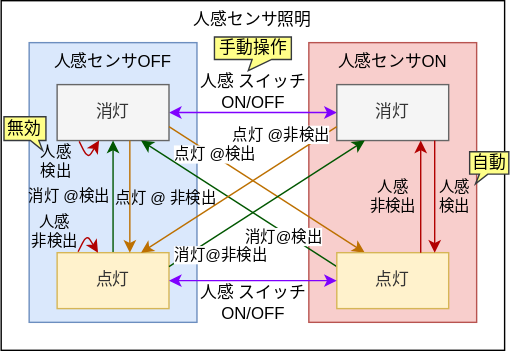
This is diagram.drawio.svg from kerikun11/esp32-matter-light, a draw.io export, as it was before one commit. Source tidied: cells renumbered, new cells last; positions are measured from the earlier drawing's top-left corner, leaving out a move shared by most shapes.
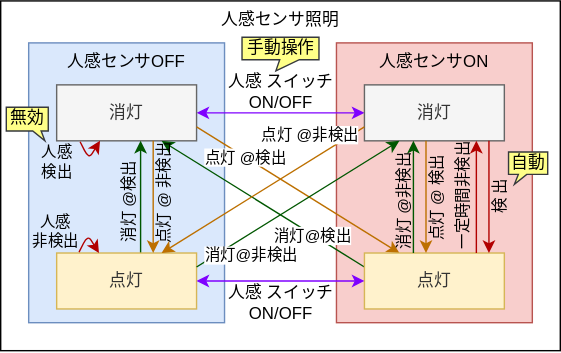
The same file after the commit.

What changed in the source:
```diff
@@ -3,13 +3,13 @@
     <mxCell id="0" />
     <mxCell id="1" parent="0" />
     <mxCell id="2" value="人感センサ照明" style="rounded=0;whiteSpace=wrap;html=1;verticalAlign=top;" parent="1" vertex="1">
-      <mxGeometry width="360" height="250" as="geometry" />
+      <mxGeometry x="-20" width="400" height="250" as="geometry" />
     </mxCell>
     <mxCell id="3" value="人感センサOFF" style="rounded=0;whiteSpace=wrap;html=1;verticalAlign=top;fillColor=#dae8fc;strokeColor=#6c8ebf;spacing=2;" parent="1" vertex="1">
-      <mxGeometry x="20" y="30" width="120" height="200" as="geometry" />
+      <mxGeometry y="30" width="140" height="200" as="geometry" />
     </mxCell>
     <mxCell id="4" value="人感センサON" style="rounded=0;whiteSpace=wrap;html=1;verticalAlign=top;fillColor=#f8cecc;strokeColor=#b85450;spacing=2;" parent="1" vertex="1">
-      <mxGeometry x="220" y="30" width="120" height="200" as="geometry" />
+      <mxGeometry x="220" y="30" width="140" height="200" as="geometry" />
     </mxCell>
     <mxCell id="5" style="edgeStyle=none;html=1;exitX=1;exitY=0.5;exitDx=0;exitDy=0;entryX=0;entryY=0.5;entryDx=0;entryDy=0;fillColor=#0050ef;strokeColor=#7F00FF;startArrow=classic;startFill=1;" parent="1" edge="1" source="7" target="13">
       <mxGeometry relative="1" as="geometry" />
@@ -20,7 +20,7 @@
       </mxGeometry>
     </mxCell>
     <mxCell id="7" value="&lt;span style=&quot;color: rgb(51, 51, 51);&quot;&gt;消灯&lt;/span&gt;" style="rounded=0;whiteSpace=wrap;html=1;fillColor=#f5f5f5;fontColor=#333333;strokeColor=#666666;" parent="1" vertex="1">
-      <mxGeometry x="40" y="60" width="80" height="40" as="geometry" />
+      <mxGeometry x="20" y="60" width="100" height="40" as="geometry" />
     </mxCell>
     <mxCell id="8" style="edgeStyle=none;html=1;entryX=0.75;entryY=1;entryDx=0;entryDy=0;fillColor=#008a00;strokeColor=#005700;exitX=0.75;exitY=0;exitDx=0;exitDy=0;" parent="1" edge="1">
       <mxGeometry relative="1" as="geometry">
@@ -28,64 +28,64 @@
         <mxPoint x="80" y="100" as="targetPoint" />
       </mxGeometry>
     </mxCell>
-    <mxCell id="9" value="消灯&lt;span style=&quot;background-color: transparent;&quot;&gt;@検出&lt;/span&gt;" style="edgeLabel;html=1;align=right;verticalAlign=middle;horizontal=1;textShadow=0;labelBackgroundColor=none;" parent="8" vertex="1">
+    <mxCell id="9" value="消灯&lt;span style=&quot;background-color: transparent;&quot;&gt;@検出&lt;/span&gt;" style="edgeLabel;html=1;align=right;verticalAlign=middle;horizontal=0;textShadow=0;labelBackgroundColor=none;" parent="8" vertex="1">
       <mxGeometry x="-0.04" y="-1" relative="1" as="geometry">
-        <mxPoint x="-3" y="-2" as="offset" />
+        <mxPoint x="-9" y="-28" as="offset" />
       </mxGeometry>
     </mxCell>
     <mxCell id="10" value="&lt;span style=&quot;color: rgb(51, 51, 51);&quot;&gt;点灯&lt;/span&gt;" style="rounded=0;whiteSpace=wrap;html=1;fillColor=#fff2cc;strokeColor=#d6b656;" parent="1" vertex="1">
-      <mxGeometry x="40" y="180.2" width="80" height="40" as="geometry" />
+      <mxGeometry x="20" y="180.2" width="100" height="40" as="geometry" />
     </mxCell>
     <mxCell id="11" style="edgeStyle=none;html=1;exitX=1;exitY=0.75;exitDx=0;exitDy=0;entryX=0.25;entryY=0;entryDx=0;entryDy=0;fillColor=#f0a30a;strokeColor=#BD7000;" parent="1" edge="1" source="7" target="16">
       <mxGeometry relative="1" as="geometry" />
     </mxCell>
     <mxCell id="12" value="点灯&lt;span style=&quot;background-color: light-dark(#ffffff, var(--ge-dark-color, #121212));&quot;&gt;@検出&lt;/span&gt;" style="edgeLabel;html=1;align=center;verticalAlign=middle;labelBackgroundColor=default;" parent="11" vertex="1">
       <mxGeometry x="-0.12" y="-5" relative="1" as="geometry">
-        <mxPoint x="-26" y="-24" as="offset" />
+        <mxPoint x="-26" y="-22" as="offset" />
       </mxGeometry>
     </mxCell>
     <mxCell id="13" value="消灯" style="rounded=0;whiteSpace=wrap;html=1;fillColor=#f5f5f5;fontColor=#333333;strokeColor=#666666;" parent="1" vertex="1">
-      <mxGeometry x="240" y="60" width="80" height="40" as="geometry" />
+      <mxGeometry x="240" y="60" width="100" height="40" as="geometry" />
     </mxCell>
     <mxCell id="14" style="edgeStyle=none;html=1;entryX=0.75;entryY=1;entryDx=0;entryDy=0;exitX=0;exitY=0.25;exitDx=0;exitDy=0;fillColor=#008a00;strokeColor=#005700;" parent="1" edge="1" source="16" target="7">
       <mxGeometry relative="1" as="geometry" />
     </mxCell>
     <mxCell id="15" value="消灯@検出" style="edgeLabel;html=1;align=center;verticalAlign=middle;horizontal=1;textShadow=0;labelBackgroundColor=default;" parent="14" vertex="1">
       <mxGeometry x="-0.04" y="-1" relative="1" as="geometry">
-        <mxPoint x="28" y="23" as="offset" />
+        <mxPoint x="32" y="22" as="offset" />
       </mxGeometry>
     </mxCell>
     <mxCell id="16" value="&lt;span style=&quot;color: rgb(51, 51, 51);&quot;&gt;点灯&lt;/span&gt;" style="rounded=0;whiteSpace=wrap;html=1;fillColor=#fff2cc;strokeColor=#d6b656;" parent="1" vertex="1">
-      <mxGeometry x="240" y="180.2" width="80" height="40" as="geometry" />
+      <mxGeometry x="240" y="180.2" width="100" height="40" as="geometry" />
     </mxCell>
     <mxCell id="17" style="edgeStyle=none;html=1;exitX=0.5;exitY=1;exitDx=0;exitDy=0;fillColor=#e51400;strokeColor=#B20000;entryX=0.5;entryY=0;entryDx=0;entryDy=0;" parent="1" edge="1">
       <mxGeometry relative="1" as="geometry">
-        <mxPoint x="310" y="100" as="sourcePoint" />
-        <mxPoint x="310" y="180.2" as="targetPoint" />
+        <mxPoint x="329" y="100" as="sourcePoint" />
+        <mxPoint x="329" y="180.2" as="targetPoint" />
       </mxGeometry>
     </mxCell>
-    <mxCell id="18" value="人感&lt;div&gt;検出&lt;/div&gt;" style="edgeLabel;html=1;align=center;verticalAlign=middle;labelBackgroundColor=none;" parent="17" vertex="1">
+    <mxCell id="18" value="&lt;span style=&quot;background-color: transparent;&quot;&gt;検&lt;/span&gt;&lt;span style=&quot;background-color: transparent;&quot;&gt;出&lt;/span&gt;" style="edgeLabel;html=1;align=center;verticalAlign=middle;labelBackgroundColor=none;horizontal=0;" parent="17" vertex="1">
       <mxGeometry x="-0.12" y="-5" relative="1" as="geometry">
-        <mxPoint x="19" y="4" as="offset" />
+        <mxPoint x="13" y="5" as="offset" />
       </mxGeometry>
     </mxCell>
     <mxCell id="19" style="edgeStyle=none;html=1;entryX=0.75;entryY=1;entryDx=0;entryDy=0;exitX=0.75;exitY=0;exitDx=0;exitDy=0;fillColor=#e51400;strokeColor=#B20000;" parent="1" edge="1">
       <mxGeometry relative="1" as="geometry">
-        <mxPoint x="300" y="180.2" as="sourcePoint" />
-        <mxPoint x="300" y="100" as="targetPoint" />
+        <mxPoint x="320" y="180.2" as="sourcePoint" />
+        <mxPoint x="320" y="100" as="targetPoint" />
       </mxGeometry>
     </mxCell>
-    <mxCell id="20" value="&lt;span style=&quot;color: rgb(0, 0, 0);&quot;&gt;人感&lt;/span&gt;&lt;div&gt;&lt;span style=&quot;background-color: transparent;&quot;&gt;非検出&lt;/span&gt;&lt;/div&gt;" style="edgeLabel;html=1;align=center;verticalAlign=middle;horizontal=1;textShadow=0;labelBackgroundColor=none;" parent="19" vertex="1">
+    <mxCell id="20" value="&lt;div&gt;&lt;span style=&quot;background-color: transparent;&quot;&gt;一定時間非検出&lt;/span&gt;&lt;/div&gt;" style="edgeLabel;html=1;align=center;verticalAlign=middle;horizontal=0;textShadow=0;labelBackgroundColor=none;" parent="19" vertex="1">
       <mxGeometry x="-0.04" y="-1" relative="1" as="geometry">
-        <mxPoint x="-21" y="-2" as="offset" />
+        <mxPoint x="-10" y="-2" as="offset" />
       </mxGeometry>
     </mxCell>
     <mxCell id="21" style="edgeStyle=none;html=1;entryX=0.25;entryY=1;entryDx=0;entryDy=0;exitX=0.072;exitY=1.016;exitDx=0;exitDy=0;exitPerimeter=0;fillColor=#e51400;strokeColor=#B20000;" parent="1" edge="1">
       <mxGeometry relative="1" as="geometry">
-        <mxPoint x="55.8" y="100.6" as="sourcePoint" />
-        <mxPoint x="70" y="100" as="targetPoint" />
+        <mxPoint x="36.8" y="100.6" as="sourcePoint" />
+        <mxPoint x="51" y="100" as="targetPoint" />
         <Array as="points">
-          <mxPoint x="62" y="113" />
+          <mxPoint x="43" y="113" />
         </Array>
       </mxGeometry>
     </mxCell>
@@ -96,10 +96,10 @@
     </mxCell>
     <mxCell id="23" style="edgeStyle=none;html=1;entryX=0.25;entryY=1;entryDx=0;entryDy=0;exitX=0.072;exitY=1.016;exitDx=0;exitDy=0;exitPerimeter=0;fillColor=#e51400;strokeColor=#B20000;" parent="1" edge="1">
       <mxGeometry relative="1" as="geometry">
-        <mxPoint x="55" y="179.6" as="sourcePoint" />
-        <mxPoint x="69.2" y="180.2" as="targetPoint" />
+        <mxPoint x="36" y="179.6" as="sourcePoint" />
+        <mxPoint x="50.2" y="180.2" as="targetPoint" />
         <Array as="points">
-          <mxPoint x="61.2" y="167.2" />
+          <mxPoint x="42.2" y="167.2" />
         </Array>
       </mxGeometry>
     </mxCell>
@@ -109,7 +109,7 @@
       </mxGeometry>
     </mxCell>
     <mxCell id="25" value="無効" style="shape=callout;whiteSpace=wrap;html=1;perimeter=calloutPerimeter;position2=0.92;base=6;size=7;position=0.63;fillColor=#ffff88;strokeColor=#36393d;" parent="1" vertex="1">
-      <mxGeometry x="2" y="83" width="30" height="24" as="geometry" />
+      <mxGeometry x="-16" y="76" width="30" height="24" as="geometry" />
     </mxCell>
     <mxCell id="26" value="手動操作" style="shape=callout;whiteSpace=wrap;html=1;perimeter=calloutPerimeter;position2=0.44;base=14;size=8;position=0.49;fillColor=#ffff88;strokeColor=#36393d;" parent="1" vertex="1">
       <mxGeometry x="152.5" y="26" width="55" height="24" as="geometry" />
@@ -123,17 +123,17 @@
       </mxGeometry>
     </mxCell>
     <mxCell id="29" value="自動" style="shape=callout;html=1;perimeter=calloutPerimeter;position2=0.15;base=6;size=7;position=0.25;fillColor=#ffff88;strokeColor=#36393d;" parent="1" vertex="1">
-      <mxGeometry x="335" y="108" width="28" height="23" as="geometry" />
+      <mxGeometry x="343" y="108" width="28" height="23" as="geometry" />
     </mxCell>
     <mxCell id="30" style="edgeStyle=none;html=1;exitX=0.75;exitY=1;exitDx=0;exitDy=0;entryX=0.75;entryY=0;entryDx=0;entryDy=0;fillColor=#f0a30a;strokeColor=#BD7000;align=left;" parent="1" edge="1">
       <mxGeometry relative="1" as="geometry">
-        <mxPoint x="92" y="100" as="sourcePoint" />
-        <mxPoint x="92" y="180.2" as="targetPoint" />
+        <mxPoint x="89" y="100" as="sourcePoint" />
+        <mxPoint x="89" y="180.2" as="targetPoint" />
       </mxGeometry>
     </mxCell>
-    <mxCell id="31" value="点灯&lt;span style=&quot;background-color: transparent;&quot;&gt;@&lt;/span&gt;&lt;span style=&quot;background-color: transparent;&quot;&gt;非検出&lt;/span&gt;" style="edgeLabel;html=1;align=left;verticalAlign=middle;labelBackgroundColor=none;" parent="30" vertex="1">
+    <mxCell id="31" value="点灯&lt;span style=&quot;background-color: transparent;&quot;&gt;@&lt;/span&gt;&lt;span style=&quot;background-color: transparent;&quot;&gt;非検出&lt;/span&gt;" style="edgeLabel;html=1;align=left;verticalAlign=middle;labelBackgroundColor=none;horizontal=0;" parent="30" vertex="1">
       <mxGeometry x="-0.12" y="-5" relative="1" as="geometry">
-        <mxPoint x="-7" y="5" as="offset" />
+        <mxPoint x="13" y="40" as="offset" />
       </mxGeometry>
     </mxCell>
     <mxCell id="32" style="edgeStyle=none;html=1;exitX=0;exitY=0.75;exitDx=0;exitDy=0;entryX=0.75;entryY=0;entryDx=0;entryDy=0;fillColor=#f0a30a;strokeColor=#BD7000;" parent="1" edge="1" source="13" target="10">
@@ -141,7 +141,7 @@
     </mxCell>
     <mxCell id="33" value="点灯&lt;span style=&quot;background-color: light-dark(#ffffff, var(--ge-dark-color, #121212));&quot;&gt;@非検出&lt;/span&gt;" style="edgeLabel;html=1;align=center;verticalAlign=middle;labelBackgroundColor=default;" parent="32" vertex="1">
       <mxGeometry x="-0.12" y="-5" relative="1" as="geometry">
-        <mxPoint x="24" y="-30" as="offset" />
+        <mxPoint x="27" y="-30" as="offset" />
       </mxGeometry>
     </mxCell>
     <mxCell id="34" style="edgeStyle=none;html=1;entryX=0.25;entryY=1;entryDx=0;entryDy=0;exitX=1;exitY=0.25;exitDx=0;exitDy=0;fillColor=#008a00;strokeColor=#005700;" parent="1" edge="1" source="10" target="13">
@@ -152,5 +152,27 @@
         <mxPoint x="-31" y="34" as="offset" />
       </mxGeometry>
     </mxCell>
+    <mxCell id="36" style="edgeStyle=none;html=1;entryX=0.75;entryY=1;entryDx=0;entryDy=0;fillColor=#008a00;strokeColor=#005700;exitX=0.75;exitY=0;exitDx=0;exitDy=0;" parent="1" edge="1">
+      <mxGeometry relative="1" as="geometry">
+        <mxPoint x="275" y="180.2" as="sourcePoint" />
+        <mxPoint x="275" y="100" as="targetPoint" />
+      </mxGeometry>
+    </mxCell>
+    <mxCell id="37" value="消灯&lt;span style=&quot;background-color: transparent;&quot;&gt;@非検出&lt;/span&gt;" style="edgeLabel;html=1;align=right;verticalAlign=middle;horizontal=0;textShadow=0;labelBackgroundColor=none;" parent="36" vertex="1">
+      <mxGeometry x="-0.04" y="-1" relative="1" as="geometry">
+        <mxPoint x="-8" y="-34" as="offset" />
+      </mxGeometry>
+    </mxCell>
+    <mxCell id="38" style="edgeStyle=none;html=1;exitX=0.75;exitY=1;exitDx=0;exitDy=0;entryX=0.75;entryY=0;entryDx=0;entryDy=0;fillColor=#f0a30a;strokeColor=#BD7000;align=left;" parent="1" edge="1">
+      <mxGeometry relative="1" as="geometry">
+        <mxPoint x="284" y="100" as="sourcePoint" />
+        <mxPoint x="284" y="180.2" as="targetPoint" />
+      </mxGeometry>
+    </mxCell>
+    <mxCell id="39" value="点灯&lt;span style=&quot;background-color: transparent;&quot;&gt;@&lt;/span&gt;&lt;span style=&quot;background-color: transparent;&quot;&gt;検出&lt;/span&gt;" style="edgeLabel;html=1;align=left;verticalAlign=middle;labelBackgroundColor=none;horizontal=0;" parent="38" vertex="1">
+      <mxGeometry x="-0.12" y="-5" relative="1" as="geometry">
+        <mxPoint x="13" y="38" as="offset" />
+      </mxGeometry>
+    </mxCell>
   </root>
 </mxGraphModel>
```
